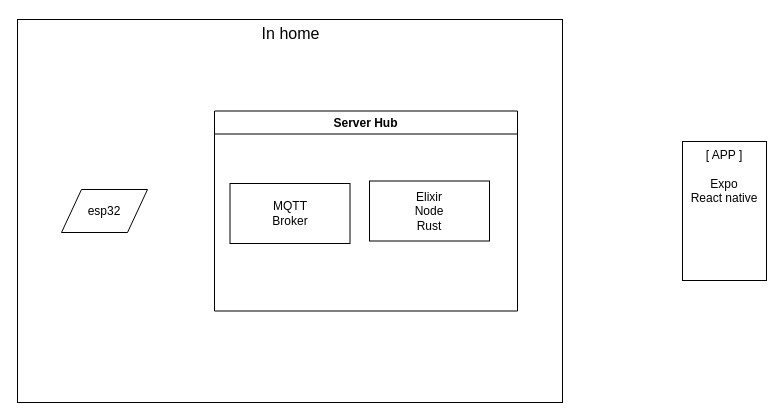
Earlier version of the draw.io diagram Architecture/Allocation_DoorLock.drawio (Cows-Inc-SA-Fall23/Semester_project_trustworthy). Source tidied: cells renumbered, new cells numbered last; positions are measured from the earlier drawing's top-left corner, leaving out a move shared by most shapes. Both pictures are drawn from the tidied source at 100%, with x=0, y=0 at pixel (17, 17).
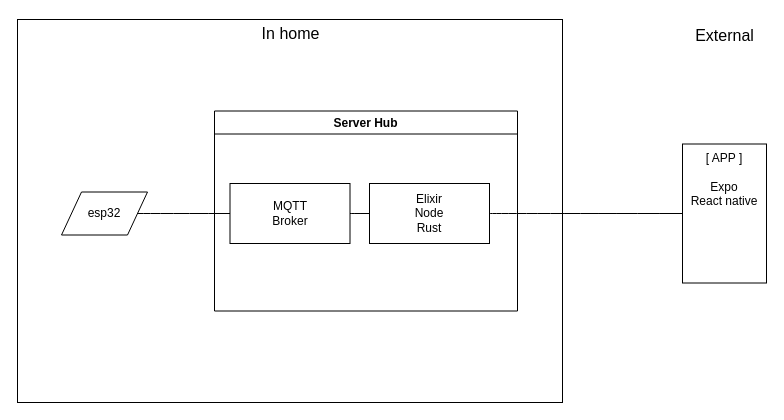
The same page after the edit.

Commit message (it also covers changes not shown here):
Updated Allocation view

Diff of the diagram source:
```diff
@@
 <mxGraphModel>
   <root>
     <mxCell id="0" />
     <mxCell id="1" parent="0" />
     <mxCell id="2" style="rounded=0;whiteSpace=wrap;html=1;" parent="1" vertex="1">
       <mxGeometry y="2" width="545" height="383" as="geometry" />
     </mxCell>
     <mxCell id="3" value="In home" style="text;html=1;align=center;verticalAlign=middle;strokeColor=none;fillColor=none;fontSize=16;" parent="1" vertex="1">
       <mxGeometry x="234.5" width="76" height="31" as="geometry" />
     </mxCell>
     <mxCell id="4" value="esp32" style="shape=parallelogram;perimeter=parallelogramPerimeter;whiteSpace=wrap;html=1;fixedSize=1;" parent="1" vertex="1">
-      <mxGeometry x="44" y="172" width="86" height="43" as="geometry" />
+      <mxGeometry x="44" y="174.5" width="86" height="43" as="geometry" />
     </mxCell>
     <mxCell id="5" value="Server Hub" style="swimlane;" parent="1" vertex="1">
       <mxGeometry x="197" y="93.5" width="303" height="200" as="geometry" />
     </mxCell>
     <mxCell id="6" value="Elixir&lt;br&gt;Node&lt;br&gt;Rust" style="rounded=0;whiteSpace=wrap;html=1;" parent="5" vertex="1">
-      <mxGeometry x="155" y="70" width="120" height="60" as="geometry" />
+      <mxGeometry x="155" y="72.5" width="120" height="60" as="geometry" />
     </mxCell>
+    <mxCell id="9" style="edgeStyle=none;curved=1;rounded=0;jettySize=auto;html=1;exitX=1;exitY=0.5;exitDx=0;exitDy=0;entryX=0;entryY=0.5;entryDx=0;entryDy=0;fontSize=12;startSize=8;endSize=8;endArrow=none;endFill=0;" parent="5" edge="1" source="7" target="6">
+      <mxGeometry relative="1" as="geometry" />
+    </mxCell>
     <mxCell id="7" value="MQTT&lt;br&gt;Broker" style="rounded=0;whiteSpace=wrap;html=1;" parent="5" vertex="1">
       <mxGeometry x="15.5" y="72.5" width="120" height="60" as="geometry" />
     </mxCell>
     <mxCell id="8" value="[ APP ]&lt;br&gt;&lt;br&gt;Expo&lt;br&gt;React native" style="rounded=0;whiteSpace=wrap;html=1;verticalAlign=top;" parent="1" vertex="1">
-      <mxGeometry x="665" y="124" width="84" height="139" as="geometry" />
+      <mxGeometry x="665" y="126.5" width="84" height="139" as="geometry" />
     </mxCell>
+    <mxCell id="10" style="edgeStyle=none;curved=1;rounded=0;jettySize=auto;html=1;exitX=1;exitY=0.5;exitDx=0;exitDy=0;entryX=0;entryY=0.5;entryDx=0;entryDy=0;fontSize=12;startSize=8;endSize=8;endArrow=none;endFill=0;" parent="1" edge="1" source="4" target="7">
+      <mxGeometry relative="1" as="geometry" />
+    </mxCell>
+    <mxCell id="11" style="edgeStyle=none;curved=1;rounded=0;jettySize=auto;html=1;exitX=1;exitY=0.5;exitDx=0;exitDy=0;entryX=0;entryY=0.5;entryDx=0;entryDy=0;fontSize=12;startSize=8;endSize=8;endArrow=none;endFill=0;" parent="1" edge="1" source="6" target="8">
+      <mxGeometry relative="1" as="geometry" />
+    </mxCell>
+    <mxCell id="12" value="External" style="text;html=1;align=center;verticalAlign=middle;strokeColor=none;fillColor=none;fontSize=16;" parent="1" vertex="1">
+      <mxGeometry x="668.5" y="2" width="77" height="31" as="geometry" />
+    </mxCell>
   </root>
 </mxGraphModel>
```
